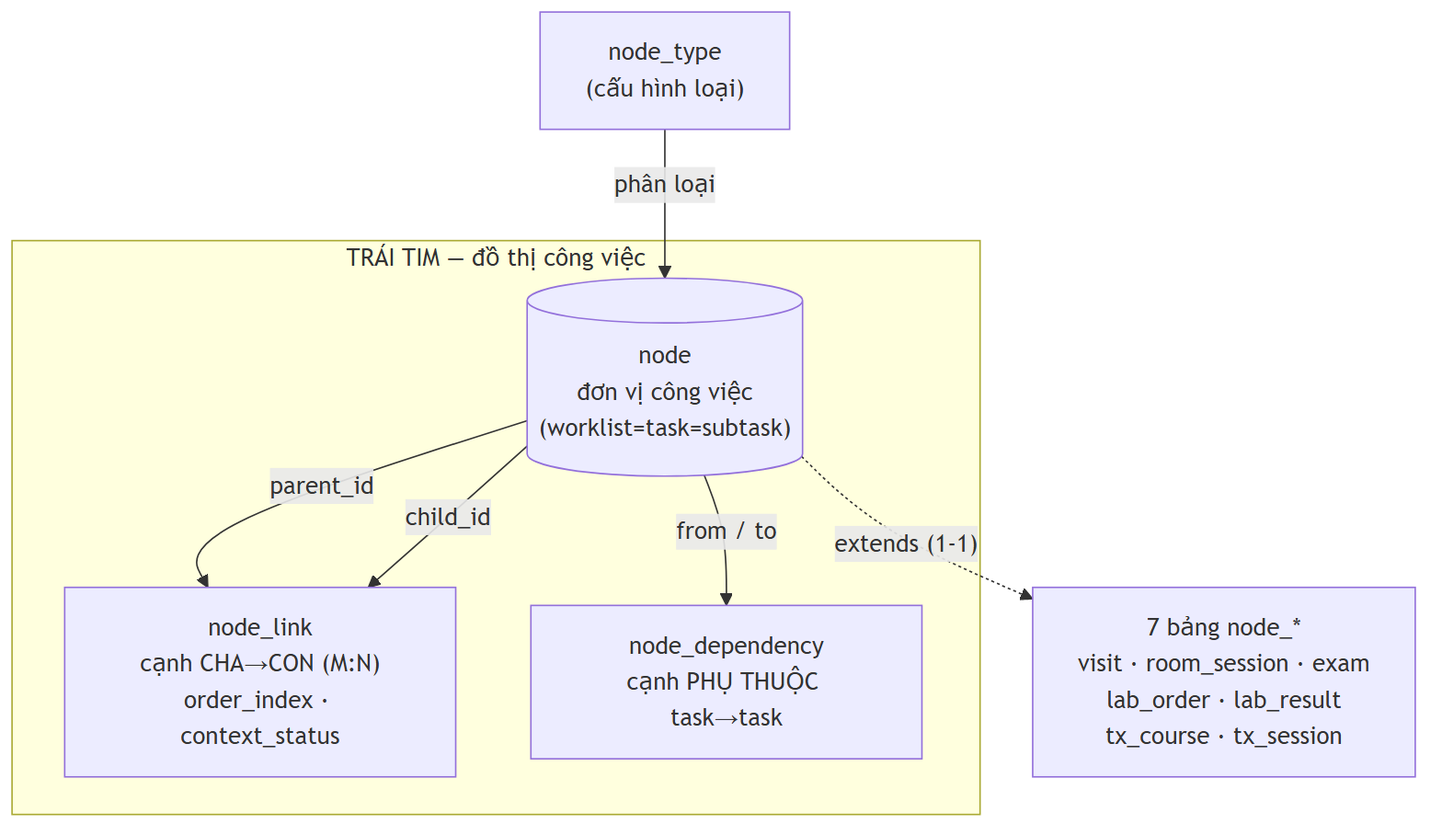
Before: diagrams/02_concept.png, a diagram exported from Mermaid (yumeekoo/DebateStructure). Its source is kept beside it as diagrams/02_concept.mmd. Its diagram source:
```mermaid
flowchart TD
    NT["node_type<br/>(cấu hình loại)"] -->|phân loại| N
    subgraph core["TRÁI TIM — đồ thị công việc"]
        N[("node<br/>đơn vị công việc<br/>(worklist=task=subtask)")]
        L["node_link<br/>cạnh CHA→CON (M:N)<br/>order_index · context_status"]
        D["node_dependency<br/>cạnh PHỤ THUỘC task→task"]
    end
    N -->|parent_id| L
    N -->|child_id| L
    N -->|from / to| D
    N -.->|"extends (1-1)"| EXT["7 bảng node_*<br/>visit · room_session · exam<br/>lab_order · lab_result<br/>tx_course · tx_session"]
```
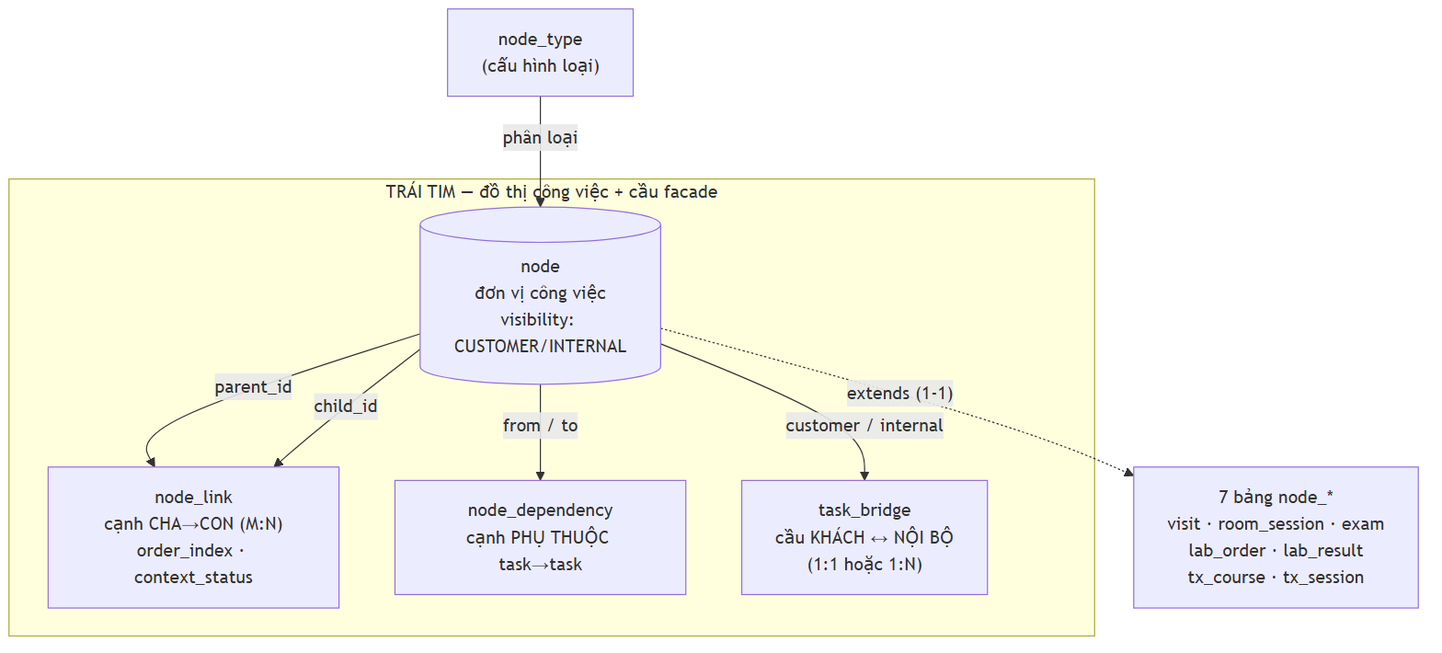
After the change.

Commit message:
feat: Update database design and diagrams to implement task bridge for facade model

Diff of the diagram source:
```diff
@@ -1,11 +1,13 @@
 flowchart TD
     NT["node_type<br/>(cấu hình loại)"] -->|phân loại| N
-    subgraph core["TRÁI TIM — đồ thị công việc"]
-        N[("node<br/>đơn vị công việc<br/>(worklist=task=subtask)")]
+    subgraph core["TRÁI TIM — đồ thị công việc + cầu facade"]
+        N[("node<br/>đơn vị công việc<br/>visibility: CUSTOMER/INTERNAL")]
         L["node_link<br/>cạnh CHA→CON (M:N)<br/>order_index · context_status"]
         D["node_dependency<br/>cạnh PHỤ THUỘC task→task"]
+        BR["task_bridge<br/>cầu KHÁCH ↔ NỘI BỘ<br/>(1:1 hoặc 1:N)"]
     end
     N -->|parent_id| L
     N -->|child_id| L
     N -->|from / to| D
+    N -->|customer / internal| BR
     N -.->|"extends (1-1)"| EXT["7 bảng node_*<br/>visit · room_session · exam<br/>lab_order · lab_result<br/>tx_course · tx_session"]
```
